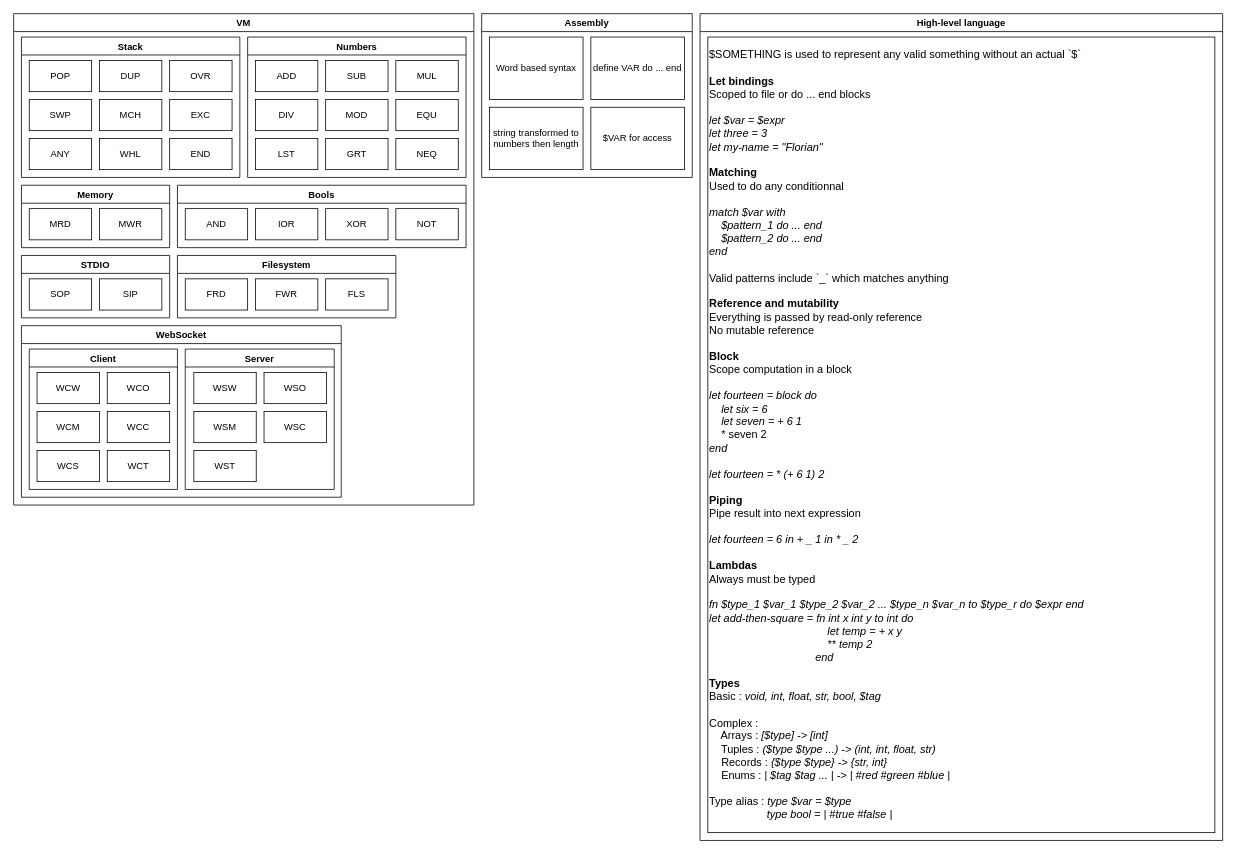
The draw.io diagram doc/florian-os.drawio in florianfmmartin/txa-archive, before the edit. Source tidied: cells renumbered, new cells numbered last; positions are measured from the earlier drawing's top-left corner, leaving out a move shared by most shapes. Both pictures are drawn from the tidied source at 78%, with x=0, y=0 at pixel (13, 13).
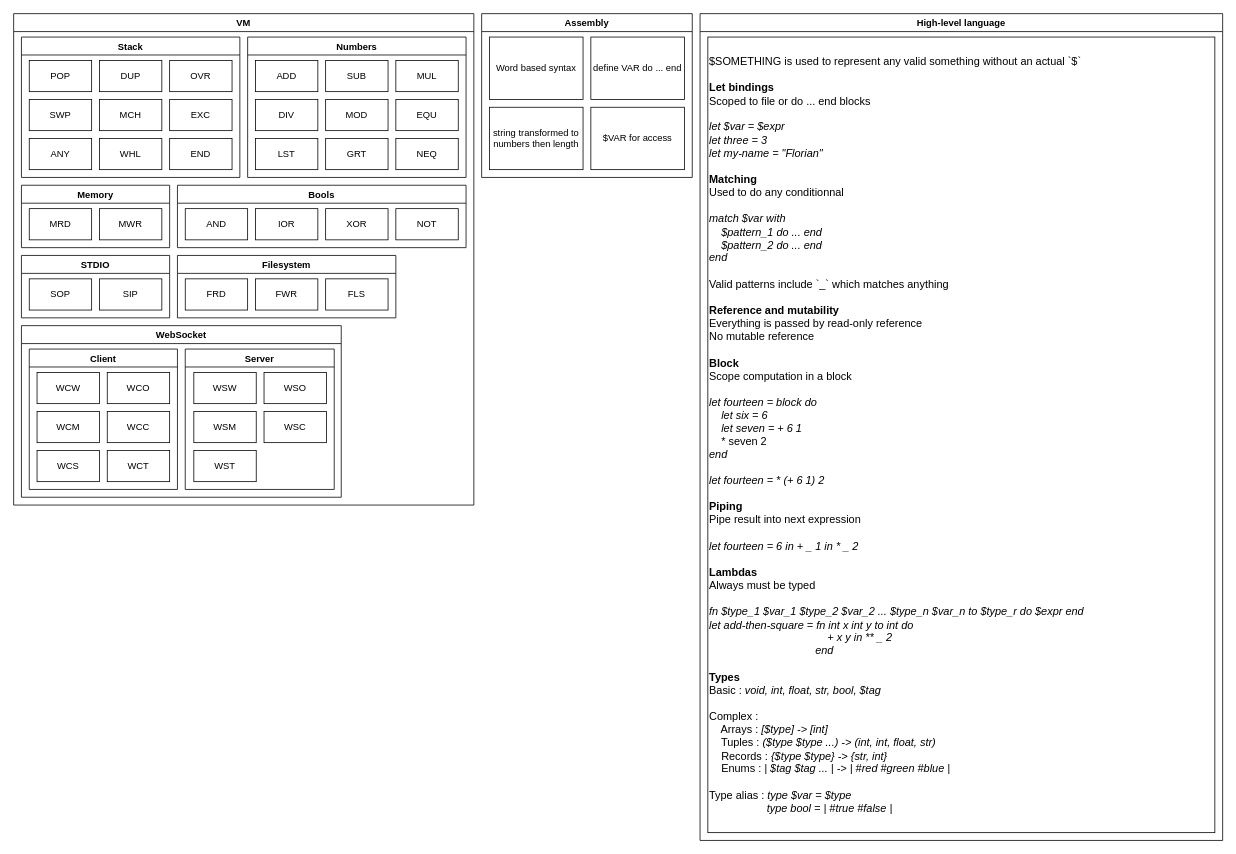
The same page after the edit.

The change refers to these unchanged cells:
```xml
<mxCell id="57" value="High-level language" style="swimlane;labelBackgroundColor=none;" parent="1" vertex="1">
  <mxGeometry x="880" width="670" height="1060" as="geometry" />
</mxCell>
```

The edit, as a diff of the source:
```diff
@@
-    <mxCell id="58" value="&lt;div align=&quot;left&quot;&gt;$SOMETHING is used to represent any valid something without an actual `$`&lt;/div&gt;&lt;div align=&quot;left&quot;&gt;&lt;br&gt;&lt;/div&gt;&lt;div align=&quot;left&quot;&gt;&lt;b&gt;Let bindings&lt;/b&gt;&lt;/div&gt;&lt;div align=&quot;left&quot;&gt;Scoped to file or do ... end blocks&lt;/div&gt;&lt;div align=&quot;left&quot;&gt;&lt;br&gt;&lt;/div&gt;&lt;div align=&quot;left&quot;&gt;&lt;i&gt;let $var = $expr&lt;/i&gt;&lt;/div&gt;&lt;div align=&quot;left&quot;&gt;&lt;i&gt;let three = 3&lt;/i&gt;&lt;/div&gt;&lt;div align=&quot;left&quot;&gt;&lt;i&gt;let my-name = &quot;Florian&quot;&lt;/i&gt;&lt;/div&gt;&lt;div align=&quot;left&quot;&gt;&lt;br&gt;&lt;/div&gt;&lt;div align=&quot;left&quot;&gt;&lt;b&gt;Matching&lt;/b&gt;&lt;/div&gt;&lt;div align=&quot;left&quot;&gt;Used to do any conditionnal&lt;/div&gt;&lt;div align=&quot;left&quot;&gt;&lt;br&gt;&lt;/div&gt;&lt;div align=&quot;left&quot;&gt;&lt;i&gt;match $var with&lt;/i&gt;&lt;/div&gt;&lt;div align=&quot;left&quot;&gt;&lt;i&gt;&amp;nbsp;&amp;nbsp;&amp;nbsp; $pattern_1 do ... end&lt;/i&gt;&lt;/div&gt;&lt;div align=&quot;left&quot;&gt;&lt;i&gt;&amp;nbsp;&amp;nbsp;&amp;nbsp; $pattern_2 do ... end&lt;/i&gt;&lt;/div&gt;&lt;div align=&quot;left&quot;&gt;&lt;i&gt;end&lt;/i&gt;&lt;/div&gt;&lt;div align=&quot;left&quot;&gt;&lt;br&gt;&lt;/div&gt;&lt;div align=&quot;left&quot;&gt;Valid patterns include `_` which matches anything&lt;/div&gt;&lt;div align=&quot;left&quot;&gt;&lt;br&gt;&lt;/div&gt;&lt;div align=&quot;left&quot;&gt;&lt;b&gt;Reference and mutability&lt;/b&gt;&lt;/div&gt;&lt;div align=&quot;left&quot;&gt;Everything is passed by read-only reference&lt;/div&gt;&lt;div align=&quot;left&quot;&gt;No mutable reference&lt;/div&gt;&lt;div align=&quot;left&quot;&gt;&lt;br&gt;&lt;/div&gt;&lt;div align=&quot;left&quot;&gt;&lt;b&gt;Block&lt;/b&gt;&lt;/div&gt;&lt;div align=&quot;left&quot;&gt;Scope computation in a block&lt;/div&gt;&lt;div align=&quot;left&quot;&gt;&lt;br&gt;&lt;/div&gt;&lt;div align=&quot;left&quot;&gt;&lt;i&gt;let fourteen = block do&lt;/i&gt;&lt;/div&gt;&lt;div align=&quot;left&quot;&gt;&lt;i&gt;&amp;nbsp;&amp;nbsp;&amp;nbsp; let six = 6&lt;/i&gt;&lt;/div&gt;&lt;div align=&quot;left&quot;&gt;&lt;i&gt;&amp;nbsp;&amp;nbsp;&amp;nbsp; let seven = + 6 1&lt;br&gt;&lt;/i&gt;&lt;/div&gt;&lt;div align=&quot;left&quot;&gt;&lt;i&gt;&amp;nbsp;&amp;nbsp;&amp;nbsp; &lt;/i&gt;* seven 2&lt;/div&gt;&lt;div align=&quot;left&quot;&gt;&lt;i&gt;end&lt;/i&gt;&lt;/div&gt;&lt;div align=&quot;left&quot;&gt;&lt;br&gt;&lt;/div&gt;&lt;div align=&quot;left&quot;&gt;&lt;i&gt;let fourteen = * (+ 6 1) 2&lt;/i&gt;&lt;/div&gt;&lt;div align=&quot;left&quot;&gt;&lt;br&gt;&lt;/div&gt;&lt;div align=&quot;left&quot;&gt;&lt;b&gt;Piping&lt;/b&gt;&lt;/div&gt;&lt;div align=&quot;left&quot;&gt;Pipe result into next expression&lt;/div&gt;&lt;div align=&quot;left&quot;&gt;&lt;br&gt;&lt;/div&gt;&lt;div align=&quot;left&quot;&gt;&lt;i&gt;let fourteen = 6 in + _ 1 in * _ 2&lt;/i&gt;&lt;br&gt; &lt;/div&gt;&lt;div align=&quot;left&quot;&gt;&lt;br&gt;&lt;/div&gt;&lt;div align=&quot;left&quot;&gt;&lt;b&gt;Lambdas&lt;/b&gt;&lt;/div&gt;&lt;div align=&quot;left&quot;&gt;Always must be typed&lt;/div&gt;&lt;div align=&quot;left&quot;&gt;&lt;br&gt;&lt;/div&gt;&lt;div align=&quot;left&quot;&gt;&lt;i&gt;fn $type_1 $var_1 $type_2 $var_2 ... $type_n $var_n to $type_r do $expr end&lt;/i&gt;&lt;/div&gt;&lt;div align=&quot;left&quot;&gt;&lt;i&gt;let add-then-square = fn int x int y to int do&lt;/i&gt;&lt;/div&gt;&lt;div align=&quot;left&quot;&gt;&lt;i&gt;&amp;nbsp;&amp;nbsp; &amp;nbsp;&amp;nbsp;&amp;nbsp;&amp;nbsp;&amp;nbsp;&amp;nbsp;&amp;nbsp;&amp;nbsp;&amp;nbsp;&amp;nbsp;&amp;nbsp;&amp;nbsp;&amp;nbsp;&amp;nbsp;&amp;nbsp;&amp;nbsp;&amp;nbsp;&amp;nbsp;&amp;nbsp;&amp;nbsp;&amp;nbsp;&amp;nbsp;&amp;nbsp;&amp;nbsp;&amp;nbsp;&amp;nbsp;&amp;nbsp;&amp;nbsp;&amp;nbsp;&amp;nbsp;&amp;nbsp;&amp;nbsp;&amp;nbsp;&amp;nbsp;&amp;nbsp; let temp = + x y&lt;/i&gt;&lt;/div&gt;&lt;div align=&quot;left&quot;&gt;&lt;i&gt;&amp;nbsp; &amp;nbsp;&amp;nbsp; &amp;nbsp;&amp;nbsp;&amp;nbsp;&amp;nbsp;&amp;nbsp;&amp;nbsp;&amp;nbsp;&amp;nbsp;&amp;nbsp;&amp;nbsp;&amp;nbsp;&amp;nbsp;&amp;nbsp;&amp;nbsp;&amp;nbsp;&amp;nbsp;&amp;nbsp;&amp;nbsp;&amp;nbsp;&amp;nbsp;&amp;nbsp;&amp;nbsp;&amp;nbsp;&amp;nbsp;&amp;nbsp;&amp;nbsp;&amp;nbsp;&amp;nbsp;&amp;nbsp;&amp;nbsp;&amp;nbsp;&amp;nbsp;&amp;nbsp; ** temp 2&lt;/i&gt;&lt;/div&gt;&lt;div align=&quot;left&quot;&gt;&lt;i&gt;&amp;nbsp;&amp;nbsp;&amp;nbsp;&amp;nbsp;&amp;nbsp;&amp;nbsp;&amp;nbsp;&amp;nbsp;&amp;nbsp;&amp;nbsp;&amp;nbsp;&amp;nbsp;&amp;nbsp;&amp;nbsp;&amp;nbsp;&amp;nbsp;&amp;nbsp;&amp;nbsp;&amp;nbsp;&amp;nbsp;&amp;nbsp;&amp;nbsp;&amp;nbsp;&amp;nbsp;&amp;nbsp;&amp;nbsp;&amp;nbsp;&amp;nbsp;&amp;nbsp;&amp;nbsp;&amp;nbsp;&amp;nbsp;&amp;nbsp;&amp;nbsp; end&lt;br&gt;&lt;/i&gt;&lt;/div&gt;&lt;div align=&quot;left&quot;&gt;&lt;i&gt;&lt;br&gt;&lt;/i&gt;&lt;/div&gt;&lt;div align=&quot;left&quot;&gt;&lt;b&gt;Types&lt;/b&gt;&lt;/div&gt;&lt;div align=&quot;left&quot;&gt;Basic : &lt;i&gt;void, int, float, str, bool, $tag&lt;br&gt;&lt;/i&gt;&lt;/div&gt;&lt;div align=&quot;left&quot;&gt;&lt;br&gt;&lt;/div&gt;&lt;div align=&quot;left&quot;&gt;Complex :&lt;/div&gt;&lt;div align=&quot;left&quot;&gt;&amp;nbsp;&amp;nbsp;&amp;nbsp; Arrays : &lt;i&gt;[$type] -&amp;gt; [int]&lt;br&gt;&lt;/i&gt;&lt;/div&gt;&lt;div align=&quot;left&quot;&gt;&amp;nbsp;&amp;nbsp;&amp;nbsp; Tuples : &lt;i&gt;($type $type ...) -&amp;gt; (int, int, float, str)&lt;br&gt;&lt;/i&gt;&lt;/div&gt;&lt;div align=&quot;left&quot;&gt;&amp;nbsp;&amp;nbsp;&amp;nbsp; Records : &lt;i&gt;{$type $type} -&amp;gt; {str, int}&lt;br&gt;&lt;/i&gt;&lt;/div&gt;&lt;div align=&quot;left&quot;&gt;&amp;nbsp;&amp;nbsp;&amp;nbsp; Enums : &lt;i&gt;| $tag $tag ... | -&amp;gt; | #red #green #blue |&lt;br&gt;&lt;/i&gt;&lt;/div&gt;&lt;div align=&quot;left&quot;&gt;&lt;br&gt;&lt;/div&gt;&lt;div align=&quot;left&quot;&gt;&lt;i&gt;&lt;/i&gt;Type alias : &lt;i&gt;type $var = $type&lt;/i&gt;&lt;/div&gt;&lt;div align=&quot;left&quot;&gt;&lt;i&gt;&amp;nbsp;&amp;nbsp;&amp;nbsp;&amp;nbsp;&amp;nbsp;&amp;nbsp;&amp;nbsp;&amp;nbsp;&amp;nbsp;&amp;nbsp;&amp;nbsp;&amp;nbsp;&amp;nbsp;&amp;nbsp;&amp;nbsp;&amp;nbsp;&amp;nbsp;&amp;nbsp; type bool&lt;/i&gt; &lt;i&gt;= | #true #false |&lt;/i&gt;&lt;/div&gt;" style="rounded=0;whiteSpace=wrap;html=1;labelBackgroundColor=default;fontSize=14;fontColor=default;fillColor=default;align=left;" parent="57" vertex="1">
+    <mxCell id="58" value="&lt;div align=&quot;left&quot;&gt;$SOMETHING is used to represent any valid something without an actual `$`&lt;/div&gt;&lt;div align=&quot;left&quot;&gt;&lt;br&gt;&lt;/div&gt;&lt;div align=&quot;left&quot;&gt;&lt;b&gt;Let bindings&lt;/b&gt;&lt;/div&gt;&lt;div align=&quot;left&quot;&gt;Scoped to file or do ... end blocks&lt;/div&gt;&lt;div align=&quot;left&quot;&gt;&lt;br&gt;&lt;/div&gt;&lt;div align=&quot;left&quot;&gt;&lt;i&gt;let $var = $expr&lt;/i&gt;&lt;/div&gt;&lt;div align=&quot;left&quot;&gt;&lt;i&gt;let three = 3&lt;/i&gt;&lt;/div&gt;&lt;div align=&quot;left&quot;&gt;&lt;i&gt;let my-name = &quot;Florian&quot;&lt;/i&gt;&lt;/div&gt;&lt;div align=&quot;left&quot;&gt;&lt;br&gt;&lt;/div&gt;&lt;div align=&quot;left&quot;&gt;&lt;b&gt;Matching&lt;/b&gt;&lt;/div&gt;&lt;div align=&quot;left&quot;&gt;Used to do any conditionnal&lt;/div&gt;&lt;div align=&quot;left&quot;&gt;&lt;br&gt;&lt;/div&gt;&lt;div align=&quot;left&quot;&gt;&lt;i&gt;match $var with&lt;/i&gt;&lt;/div&gt;&lt;div align=&quot;left&quot;&gt;&lt;i&gt;&amp;nbsp;&amp;nbsp;&amp;nbsp; $pattern_1 do ... end&lt;/i&gt;&lt;/div&gt;&lt;div align=&quot;left&quot;&gt;&lt;i&gt;&amp;nbsp;&amp;nbsp;&amp;nbsp; $pattern_2 do ... end&lt;/i&gt;&lt;/div&gt;&lt;div align=&quot;left&quot;&gt;&lt;i&gt;end&lt;/i&gt;&lt;/div&gt;&lt;div align=&quot;left&quot;&gt;&lt;br&gt;&lt;/div&gt;&lt;div align=&quot;left&quot;&gt;Valid patterns include `_` which matches anything&lt;/div&gt;&lt;div align=&quot;left&quot;&gt;&lt;br&gt;&lt;/div&gt;&lt;div align=&quot;left&quot;&gt;&lt;b&gt;Reference and mutability&lt;/b&gt;&lt;/div&gt;&lt;div align=&quot;left&quot;&gt;Everything is passed by read-only reference&lt;/div&gt;&lt;div align=&quot;left&quot;&gt;No mutable reference&lt;/div&gt;&lt;div align=&quot;left&quot;&gt;&lt;br&gt;&lt;/div&gt;&lt;div align=&quot;left&quot;&gt;&lt;b&gt;Block&lt;/b&gt;&lt;/div&gt;&lt;div align=&quot;left&quot;&gt;Scope computation in a block&lt;/div&gt;&lt;div align=&quot;left&quot;&gt;&lt;br&gt;&lt;/div&gt;&lt;div align=&quot;left&quot;&gt;&lt;i&gt;let fourteen = block do&lt;/i&gt;&lt;/div&gt;&lt;div align=&quot;left&quot;&gt;&lt;i&gt;&amp;nbsp;&amp;nbsp;&amp;nbsp; let six = 6&lt;/i&gt;&lt;/div&gt;&lt;div align=&quot;left&quot;&gt;&lt;i&gt;&amp;nbsp;&amp;nbsp;&amp;nbsp; let seven = + 6 1&lt;br&gt;&lt;/i&gt;&lt;/div&gt;&lt;div align=&quot;left&quot;&gt;&lt;i&gt;&amp;nbsp;&amp;nbsp;&amp;nbsp; &lt;/i&gt;* seven 2&lt;/div&gt;&lt;div align=&quot;left&quot;&gt;&lt;i&gt;end&lt;/i&gt;&lt;/div&gt;&lt;div align=&quot;left&quot;&gt;&lt;br&gt;&lt;/div&gt;&lt;div align=&quot;left&quot;&gt;&lt;i&gt;let fourteen = * (+ 6 1) 2&lt;/i&gt;&lt;/div&gt;&lt;div align=&quot;left&quot;&gt;&lt;br&gt;&lt;/div&gt;&lt;div align=&quot;left&quot;&gt;&lt;b&gt;Piping&lt;/b&gt;&lt;/div&gt;&lt;div align=&quot;left&quot;&gt;Pipe result into next expression&lt;/div&gt;&lt;div align=&quot;left&quot;&gt;&lt;br&gt;&lt;/div&gt;&lt;div align=&quot;left&quot;&gt;&lt;i&gt;let fourteen = 6 in + _ 1 in * _ 2&lt;/i&gt;&lt;br&gt; &lt;/div&gt;&lt;div align=&quot;left&quot;&gt;&lt;br&gt;&lt;/div&gt;&lt;div align=&quot;left&quot;&gt;&lt;b&gt;Lambdas&lt;/b&gt;&lt;/div&gt;&lt;div align=&quot;left&quot;&gt;Always must be typed&lt;/div&gt;&lt;div align=&quot;left&quot;&gt;&lt;br&gt;&lt;/div&gt;&lt;div align=&quot;left&quot;&gt;&lt;i&gt;fn $type_1 $var_1 $type_2 $var_2 ... $type_n $var_n to $type_r do $expr end&lt;/i&gt;&lt;/div&gt;&lt;div align=&quot;left&quot;&gt;&lt;i&gt;let add-then-square = fn int x int y to int do&lt;/i&gt;&lt;/div&gt;&lt;div align=&quot;left&quot;&gt;&lt;i&gt;&amp;nbsp;&amp;nbsp; &amp;nbsp;&amp;nbsp;&amp;nbsp;&amp;nbsp;&amp;nbsp;&amp;nbsp;&amp;nbsp;&amp;nbsp;&amp;nbsp;&amp;nbsp;&amp;nbsp;&amp;nbsp;&amp;nbsp;&amp;nbsp;&amp;nbsp;&amp;nbsp;&amp;nbsp;&amp;nbsp;&amp;nbsp;&amp;nbsp;&amp;nbsp;&amp;nbsp;&amp;nbsp;&amp;nbsp;&amp;nbsp;&amp;nbsp;&amp;nbsp;&amp;nbsp;&amp;nbsp;&amp;nbsp;&amp;nbsp;&amp;nbsp;&amp;nbsp;&amp;nbsp;&amp;nbsp; + x y in ** _ 2&lt;/i&gt;&lt;/div&gt;&lt;div align=&quot;left&quot;&gt;&lt;i&gt;&amp;nbsp;&amp;nbsp;&amp;nbsp;&amp;nbsp;&amp;nbsp;&amp;nbsp;&amp;nbsp;&amp;nbsp;&amp;nbsp;&amp;nbsp;&amp;nbsp;&amp;nbsp;&amp;nbsp;&amp;nbsp;&amp;nbsp;&amp;nbsp;&amp;nbsp;&amp;nbsp;&amp;nbsp;&amp;nbsp;&amp;nbsp;&amp;nbsp;&amp;nbsp;&amp;nbsp;&amp;nbsp;&amp;nbsp;&amp;nbsp;&amp;nbsp;&amp;nbsp;&amp;nbsp;&amp;nbsp;&amp;nbsp;&amp;nbsp;&amp;nbsp; end&lt;br&gt;&lt;/i&gt;&lt;/div&gt;&lt;div align=&quot;left&quot;&gt;&lt;i&gt;&lt;br&gt;&lt;/i&gt;&lt;/div&gt;&lt;div align=&quot;left&quot;&gt;&lt;b&gt;Types&lt;/b&gt;&lt;/div&gt;&lt;div align=&quot;left&quot;&gt;Basic : &lt;i&gt;void, int, float, str, bool, $tag&lt;br&gt;&lt;/i&gt;&lt;/div&gt;&lt;div align=&quot;left&quot;&gt;&lt;br&gt;&lt;/div&gt;&lt;div align=&quot;left&quot;&gt;Complex :&lt;/div&gt;&lt;div align=&quot;left&quot;&gt;&amp;nbsp;&amp;nbsp;&amp;nbsp; Arrays : &lt;i&gt;[$type] -&amp;gt; [int]&lt;br&gt;&lt;/i&gt;&lt;/div&gt;&lt;div align=&quot;left&quot;&gt;&amp;nbsp;&amp;nbsp;&amp;nbsp; Tuples : &lt;i&gt;($type $type ...) -&amp;gt; (int, int, float, str)&lt;br&gt;&lt;/i&gt;&lt;/div&gt;&lt;div align=&quot;left&quot;&gt;&amp;nbsp;&amp;nbsp;&amp;nbsp; Records : &lt;i&gt;{$type $type} -&amp;gt; {str, int}&lt;br&gt;&lt;/i&gt;&lt;/div&gt;&lt;div align=&quot;left&quot;&gt;&amp;nbsp;&amp;nbsp;&amp;nbsp; Enums : &lt;i&gt;| $tag $tag ... | -&amp;gt; | #red #green #blue |&lt;br&gt;&lt;/i&gt;&lt;/div&gt;&lt;div align=&quot;left&quot;&gt;&lt;br&gt;&lt;/div&gt;&lt;div align=&quot;left&quot;&gt;&lt;i&gt;&lt;/i&gt;Type alias : &lt;i&gt;type $var = $type&lt;/i&gt;&lt;/div&gt;&lt;div align=&quot;left&quot;&gt;&lt;i&gt;&amp;nbsp;&amp;nbsp;&amp;nbsp;&amp;nbsp;&amp;nbsp;&amp;nbsp;&amp;nbsp;&amp;nbsp;&amp;nbsp;&amp;nbsp;&amp;nbsp;&amp;nbsp;&amp;nbsp;&amp;nbsp;&amp;nbsp;&amp;nbsp;&amp;nbsp;&amp;nbsp; type bool&lt;/i&gt; &lt;i&gt;= | #true #false |&lt;/i&gt;&lt;/div&gt;" style="rounded=0;whiteSpace=wrap;html=1;labelBackgroundColor=default;fontSize=14;fontColor=default;fillColor=default;align=left;" parent="57" vertex="1">
       <mxGeometry x="10" y="30" width="650" height="1020" as="geometry" />
     </mxCell>
```
